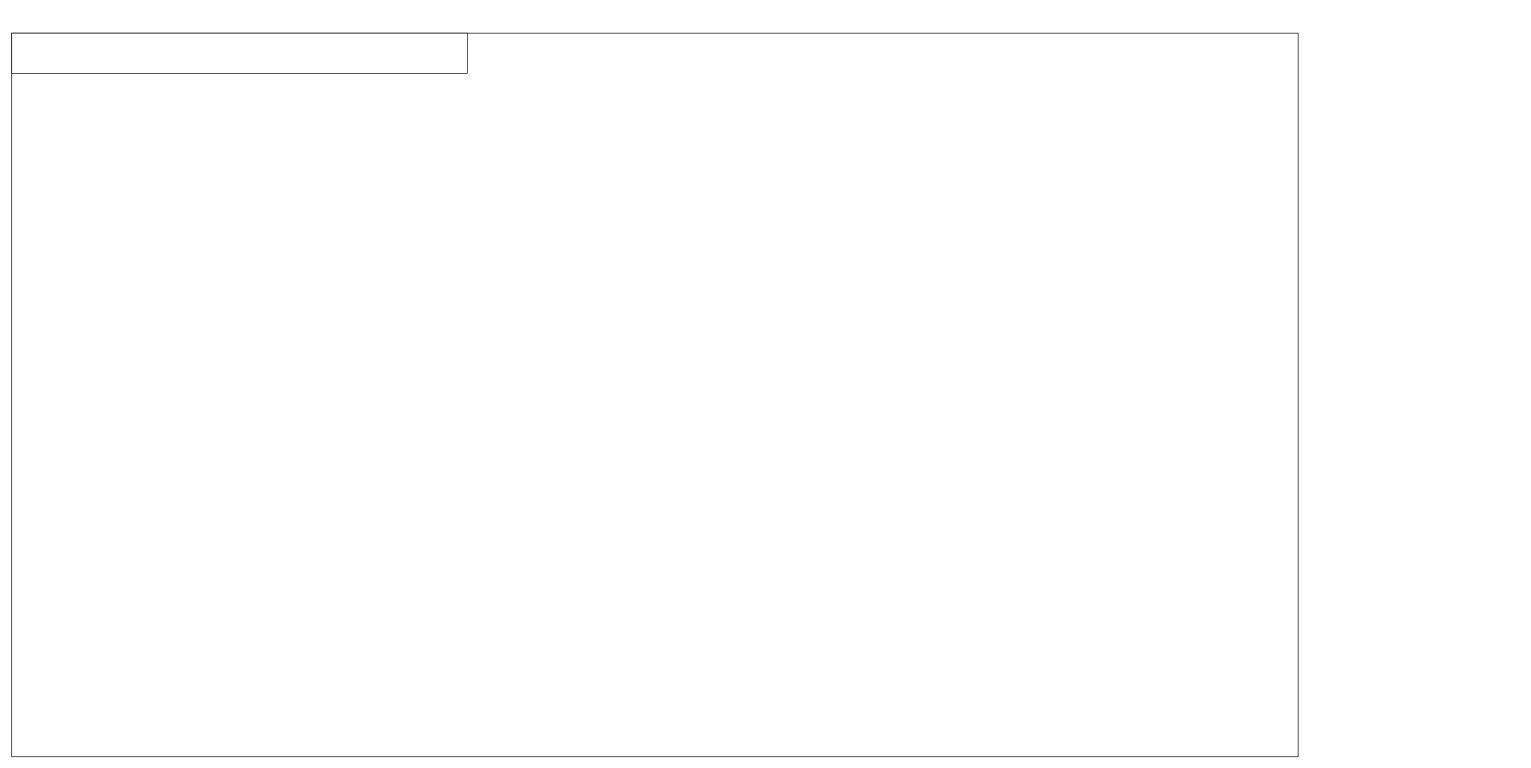
The draw.io diagram Lab3/Diagrama layout.drawio in vicenteas1/bootcampUdd, before the edit. Source tidied: cells renumbered, new cells numbered last; positions are measured from the earlier drawing's top-left corner, leaving out a move shared by most shapes. Both pictures are drawn from the tidied source at 67%, with x=0, y=0 at pixel (11, 33).
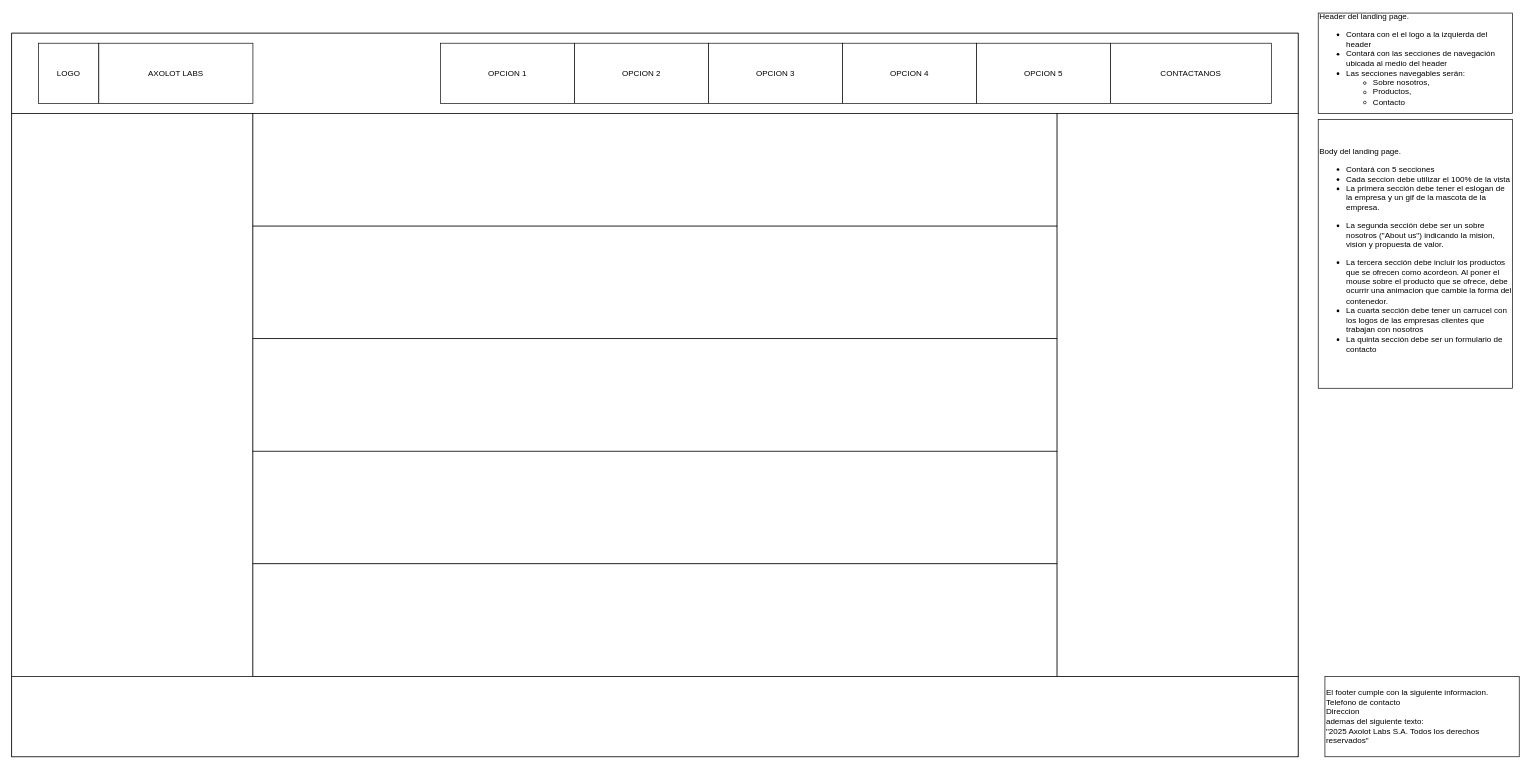
After the change.

Commit message (it also covers changes not shown here):
Se actualiza draw.io con prototipado

Diff of the diagram source:
```diff
@@
     <mxCell id="3" style="rounded=0;whiteSpace=wrap;html=1;" parent="1" vertex="1">
-      <mxGeometry width="680" height="60" as="geometry" />
+      <mxGeometry width="1920" height="120" as="geometry" />
     </mxCell>
+    <mxCell id="4" value="&lt;span style=&quot;background-color: transparent; color: light-dark(rgb(0, 0, 0), rgb(255, 255, 255));&quot;&gt;Header del landing page.&lt;/span&gt;&lt;br&gt;&lt;ul&gt;&lt;li&gt;Contara con el el logo a la izquierda del header&lt;/li&gt;&lt;li&gt;Contará con las secciones de navegación ubicada al medio del header&lt;/li&gt;&lt;li&gt;Las secciones navegables serán:&lt;/li&gt;&lt;ul&gt;&lt;li&gt;Sobre nosotros,&amp;nbsp;&lt;/li&gt;&lt;li&gt;Productos,&amp;nbsp;&lt;/li&gt;&lt;li&gt;Contacto&lt;/li&gt;&lt;/ul&gt;&lt;/ul&gt;" style="rounded=0;whiteSpace=wrap;html=1;align=left;" parent="1" vertex="1">
+      <mxGeometry x="1950" y="-30" width="290" height="150" as="geometry" />
+    </mxCell>
+    <mxCell id="5" value="LOGO" style="rounded=0;whiteSpace=wrap;html=1;" parent="1" vertex="1">
+      <mxGeometry x="40" y="15" width="90" height="90" as="geometry" />
+    </mxCell>
+    <mxCell id="6" value="AXOLOT LABS" style="rounded=0;whiteSpace=wrap;html=1;" parent="1" vertex="1">
+      <mxGeometry x="130" y="15" width="230" height="90" as="geometry" />
+    </mxCell>
+    <mxCell id="7" value="CONTACTANOS" style="rounded=0;whiteSpace=wrap;html=1;" parent="1" vertex="1">
+      <mxGeometry x="1640" y="15" width="240" height="90" as="geometry" />
+    </mxCell>
+    <mxCell id="8" value="OPCION 2" style="rounded=0;whiteSpace=wrap;html=1;" parent="1" vertex="1">
+      <mxGeometry x="840" y="15" width="200" height="90" as="geometry" />
+    </mxCell>
+    <mxCell id="9" value="OPCION 1" style="rounded=0;whiteSpace=wrap;html=1;" parent="1" vertex="1">
+      <mxGeometry x="640" y="15" width="200" height="90" as="geometry" />
+    </mxCell>
+    <mxCell id="10" style="rounded=0;whiteSpace=wrap;html=1;" parent="1" vertex="1">
+      <mxGeometry y="120" width="360" height="840" as="geometry" />
+    </mxCell>
+    <mxCell id="11" style="rounded=0;whiteSpace=wrap;html=1;" parent="1" vertex="1">
+      <mxGeometry y="960" width="1920" height="120" as="geometry" />
+    </mxCell>
+    <mxCell id="12" style="rounded=0;whiteSpace=wrap;html=1;" parent="1" vertex="1">
+      <mxGeometry x="1560" y="120" width="360" height="840" as="geometry" />
+    </mxCell>
+    <mxCell id="13" value="OPCION 3" style="rounded=0;whiteSpace=wrap;html=1;" parent="1" vertex="1">
+      <mxGeometry x="1040" y="15" width="200" height="90" as="geometry" />
+    </mxCell>
+    <mxCell id="14" value="OPCION 4" style="rounded=0;whiteSpace=wrap;html=1;" parent="1" vertex="1">
+      <mxGeometry x="1240" y="15" width="200" height="90" as="geometry" />
+    </mxCell>
+    <mxCell id="15" value="OPCION 5" style="rounded=0;whiteSpace=wrap;html=1;" parent="1" vertex="1">
+      <mxGeometry x="1440" y="15" width="200" height="90" as="geometry" />
+    </mxCell>
+    <mxCell id="16" style="rounded=0;whiteSpace=wrap;html=1;" parent="1" vertex="1">
+      <mxGeometry x="360" y="120" width="1200" height="168" as="geometry" />
+    </mxCell>
+    <mxCell id="17" style="rounded=0;whiteSpace=wrap;html=1;" parent="1" vertex="1">
+      <mxGeometry x="360" y="288" width="1200" height="168" as="geometry" />
+    </mxCell>
+    <mxCell id="18" style="rounded=0;whiteSpace=wrap;html=1;" parent="1" vertex="1">
+      <mxGeometry x="360" y="456" width="1200" height="168" as="geometry" />
+    </mxCell>
+    <mxCell id="19" style="rounded=0;whiteSpace=wrap;html=1;" parent="1" vertex="1">
+      <mxGeometry x="360" y="624" width="1200" height="168" as="geometry" />
+    </mxCell>
+    <mxCell id="20" style="rounded=0;whiteSpace=wrap;html=1;" parent="1" vertex="1">
+      <mxGeometry x="360" y="792" width="1200" height="168" as="geometry" />
+    </mxCell>
+    <mxCell id="21" value="&lt;span style=&quot;background-color: transparent; color: light-dark(rgb(0, 0, 0), rgb(255, 255, 255));&quot;&gt;Body del landing page.&lt;/span&gt;&lt;br&gt;&lt;ul&gt;&lt;li&gt;&lt;span style=&quot;background-color: transparent; color: light-dark(rgb(0, 0, 0), rgb(255, 255, 255));&quot;&gt;Contará con 5 secciones&lt;/span&gt;&lt;/li&gt;&lt;li&gt;Cada seccion debe utilizar el 100% de la vista&lt;/li&gt;&lt;li&gt;La primera sección debe tener el eslogan de la empresa y un gif de la mascota de la empresa.&lt;/li&gt;&lt;/ul&gt;&lt;ul&gt;&lt;li&gt;La segunda sección debe ser un sobre nosotros (&quot;About us&quot;) indicando la mision, vision y propuesta de valor.&lt;/li&gt;&lt;/ul&gt;&lt;ul&gt;&lt;li&gt;La tercera sección debe incluir los productos que se ofrecen como acordeon. Al poner el mouse sobre el producto que se ofrece, debe ocurrir una animacion que cambie la forma del contenedor.&amp;nbsp;&lt;/li&gt;&lt;li&gt;La cuarta sección debe tener un carrucel con los logos de las empresas clientes que trabajan con nosotros&amp;nbsp;&amp;nbsp;&lt;/li&gt;&lt;li&gt;La quinta sección debe ser un formulario de contacto&lt;/li&gt;&lt;/ul&gt;" style="rounded=0;whiteSpace=wrap;html=1;align=left;" parent="1" vertex="1">
+      <mxGeometry x="1950" y="129" width="290" height="401" as="geometry" />
+    </mxCell>
+    <mxCell id="22" value="El footer cumple con la siguiente informacion.&lt;div&gt;Telefono de contacto&lt;/div&gt;&lt;div&gt;Direccion&lt;/div&gt;&lt;div&gt;ademas del siguiente texto:&lt;/div&gt;&lt;div&gt;&quot;2025 Axolot Labs S.A. Todos los derechos reservados&quot;&lt;/div&gt;" style="rounded=0;whiteSpace=wrap;html=1;align=left;" parent="1" vertex="1">
+      <mxGeometry x="1960" y="960" width="290" height="120" as="geometry" />
+    </mxCell>
```
